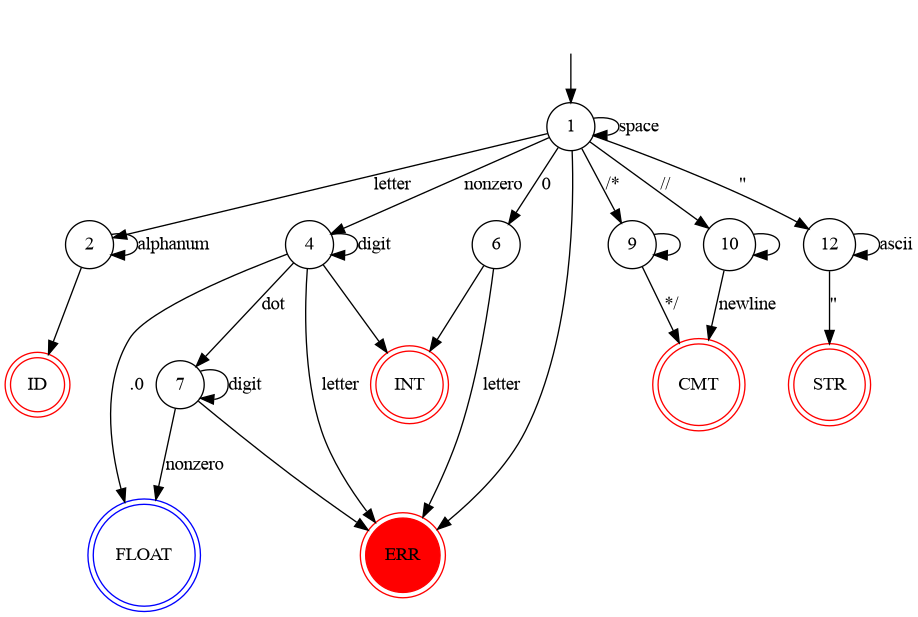
Above: resources/diagrams/lexing_dfa.png in Wmbat/toy_compiler (Graphviz), before the change. Its source is kept beside it as resources/diagrams/lexing_dfa.dot.
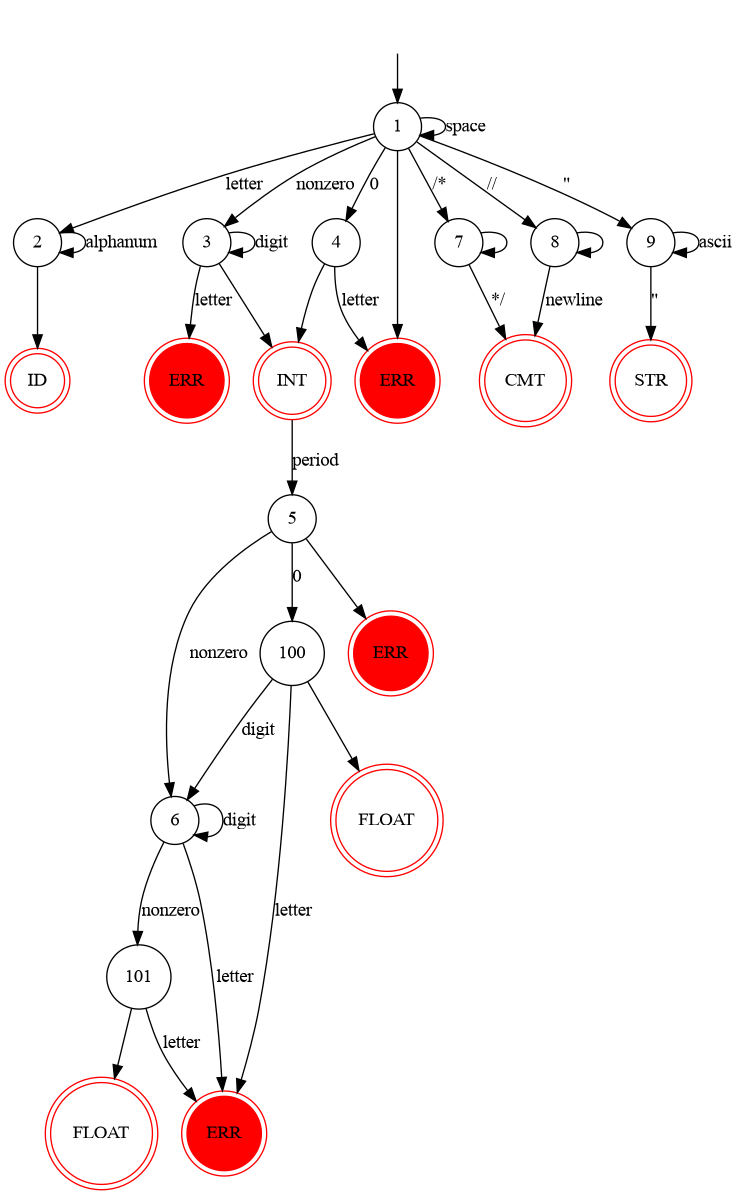
Above is the later version.

What changed in the source:
```diff
@@ -2,18 +2,27 @@
   "" [shape=none]
   "1" [shape=circle]
   "2" [shape=circle]
-  "3" [shape=doublecircle, label="ID", color=red]
+  "3" [shape=circle]
   "4" [shape=circle]
-  "5" [shape=doublecircle, label="INT", color=red]
+  "5" [shape=circle]
   "6" [shape=circle]
   "7" [shape=circle]
-  "8" [shape=doublecircle, label="FLOAT", color=blue]
+  "8" [shape=circle]
   "9" [shape=circle]
-  "10" [shape=circle]
-  "11" [shape=doublecircle, label="CMT", color=red]
-  "12" [shape=circle]
-  "13" [shape=doublecircle, label="STR", color=red]
+  "100" [shape=circle]
+  "101" [shape=circle]
+
+  "30" [shape=doublecircle, label="ID", color=red]
+  "31" [shape=doublecircle, label="INT", color=red]
+  "32" [shape=doublecircle, label="CMT", color=red]
+  "33" [shape=doublecircle, label="FLOAT", color=red]
+  "34" [shape=doublecircle, label="FLOAT", color=red]
+  "35" [shape=doublecircle, label="STR", color=red]
+
   "40" [shape=doublecircle, label="ERR", color=red, style=filled]
+  "41" [shape=doublecircle, label="ERR", color=red, style=filled]
+  "42" [shape=doublecircle, label="ERR", color=red, style=filled]
+  "43" [shape=doublecircle, label="ERR", color=red, style=filled]
 
   "" -> "1"
   "1" -> "1" [label="space"]
@@ -21,33 +30,39 @@
 
   "1" -> "2" [label="letter"]
   "2" -> "2" [label="alphanum"]
-  "2" -> "3"
+  "2" -> "30"
 
-  "1" -> "4" [label="nonzero"]
-  "4" -> "4" [label="digit"]
+  "1" -> "3" [label="nonzero"]
+  "3" -> "3" [label="digit"]
+  "3" -> "42" [label="letter"]
+  "3" -> "31"
+
+  "1" -> "4" [label="0"]
   "4" -> "40" [label="letter"]
-  "4" -> "5"
+  "4" -> "31"
 
-  "1" -> "6" [label="0"]
-  "6" -> "40" [label="letter"]
-  "6" -> "5"
+  "31" -> "5" [label="period"]
+  "5" -> "6" [label="nonzero"]
+  "5" -> "43"
+  "6" -> "6" [label="digit"]
+  "6" -> "101" [label="nonzero"]
+  "101" -> "33"
+  "101" -> "41" [label="letter"]
+  "6" -> "41" [label="letter"]
+  "5" -> "100" [label="0"]
+  "100" -> "6" [label="digit"]
+  "100" -> "34"
+  "100" -> "41" [label="letter"]
 
-  "4" -> "7" [label="dot"]
-  "7" -> "7" [label="digit"]
-  "7" -> "8" [label="nonzero"]
-  "7" -> "40"
+  "1" -> "7" [label="/*"]
+  "7" -> "7"
+  "7" -> "32" [label="*/"]
 
-  "4" -> "8" [label=".0"]
+  "1" -> "8" [label="//"]
+  "8" -> "8"
+  "8" -> "32" [label="newline"]
 
-  "1" -> "9" [label="/*"]
-  "9" -> "9"
-  "9" -> "11" [label="*/"]
-
-  "1" -> "10" [label="//"]
-  "10" -> "10"
-  "10" -> "11" [label="newline"]
-
-  "1" -> "12" [label="\""]
-  "12" -> "12" [label="ascii"]
-  "12" -> "13" [label="\""]
+  "1" -> "9" [label="\""]
+  "9" -> "9" [label="ascii"]
+  "9" -> "35" [label="\""]
 }
```
